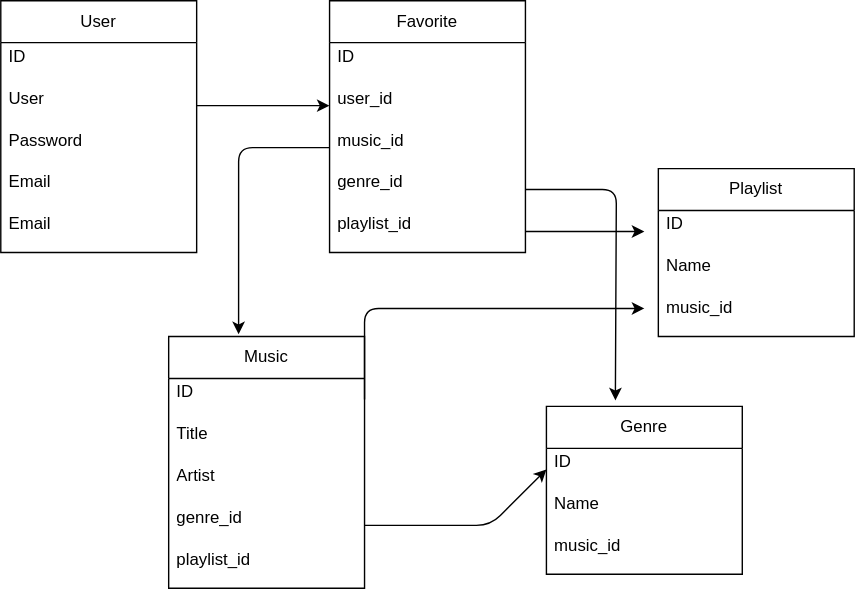
axb052a/p5-flatify keeps this draw.io diagram as .drawio.svg. Above is the earlier version. Source tidied: cells renumbered, new cells last; positions are measured from the earlier drawing's top-left corner, leaving out a move shared by most shapes. Source of this version:
```xml
<mxGraphModel>
  <root>
    <mxCell id="0" />
    <mxCell id="1" parent="0" />
    <mxCell id="2" style="edgeStyle=none;html=1;entryX=0;entryY=0.5;entryDx=0;entryDy=0;exitX=1;exitY=0.5;exitDx=0;exitDy=0;" parent="1" edge="1" source="5" target="25">
      <mxGeometry relative="1" as="geometry" />
    </mxCell>
    <mxCell id="3" value="User" style="swimlane;fontStyle=0;horizontal=1;startSize=30;whiteSpace=wrap;html=1;" parent="1" vertex="1">
      <mxGeometry width="140" height="180" as="geometry" />
    </mxCell>
    <mxCell id="4" value="ID&lt;span style=&quot;white-space: pre;&quot;&gt;&#9;&lt;/span&gt;&lt;span style=&quot;white-space: pre;&quot;&gt;&#9;&lt;/span&gt;&lt;span style=&quot;white-space: pre;&quot;&gt;&#9;&lt;/span&gt;Integer" style="text;strokeColor=none;fillColor=none;align=left;verticalAlign=middle;spacingLeft=4;spacingRight=4;overflow=hidden;whiteSpace=wrap;html=1;" parent="3" vertex="1">
      <mxGeometry y="30" width="140" height="30" as="geometry" />
    </mxCell>
    <mxCell id="5" value="User&lt;span style=&quot;white-space: pre;&quot;&gt;&#9;&lt;/span&gt;&lt;span style=&quot;white-space: pre;&quot;&gt;&#9;&lt;/span&gt;String" style="text;strokeColor=none;fillColor=none;align=left;verticalAlign=middle;spacingLeft=4;spacingRight=4;overflow=hidden;points=[[0,0.5],[1,0.5]];portConstraint=eastwest;whiteSpace=wrap;html=1;" parent="3" vertex="1">
      <mxGeometry y="60" width="140" height="30" as="geometry" />
    </mxCell>
    <mxCell id="6" value="Password&lt;span style=&quot;white-space: pre;&quot;&gt;&#9;&lt;/span&gt;String" style="text;strokeColor=none;fillColor=none;align=left;verticalAlign=middle;spacingLeft=4;spacingRight=4;overflow=hidden;whiteSpace=wrap;html=1;" parent="3" vertex="1">
      <mxGeometry y="90" width="140" height="30" as="geometry" />
    </mxCell>
    <mxCell id="7" value="Email&lt;span style=&quot;white-space: pre;&quot;&gt;&#9;&lt;span style=&quot;white-space: pre;&quot;&gt;&#9;&lt;/span&gt;S&lt;/span&gt;tring" style="text;strokeColor=none;fillColor=none;align=left;verticalAlign=middle;spacingLeft=4;spacingRight=4;overflow=hidden;whiteSpace=wrap;html=1;" parent="3" vertex="1">
      <mxGeometry y="120" width="140" height="30" as="geometry" />
    </mxCell>
    <mxCell id="8" value="Email&lt;span style=&quot;white-space: pre;&quot;&gt;&#9;&lt;span style=&quot;white-space: pre;&quot;&gt;&#9;&lt;/span&gt;S&lt;/span&gt;tring" style="text;strokeColor=none;fillColor=none;align=left;verticalAlign=middle;spacingLeft=4;spacingRight=4;overflow=hidden;whiteSpace=wrap;html=1;" parent="3" vertex="1">
      <mxGeometry y="150" width="140" height="30" as="geometry" />
    </mxCell>
    <mxCell id="9" value="Music" style="swimlane;fontStyle=0;horizontal=1;startSize=30;whiteSpace=wrap;html=1;" parent="1" vertex="1">
      <mxGeometry x="120" y="240" width="140" height="180" as="geometry" />
    </mxCell>
    <mxCell id="10" value="ID&lt;span style=&quot;white-space: pre;&quot;&gt;&#9;&lt;/span&gt;&lt;span style=&quot;white-space: pre;&quot;&gt;&#9;&lt;/span&gt;&lt;span style=&quot;white-space: pre;&quot;&gt;&#9;&lt;/span&gt;Integer" style="text;strokeColor=none;fillColor=none;align=left;verticalAlign=middle;spacingLeft=4;spacingRight=4;overflow=hidden;points=[[0,0.5],[1,0.5]];portConstraint=eastwest;whiteSpace=wrap;html=1;" parent="9" vertex="1">
      <mxGeometry y="30" width="140" height="30" as="geometry" />
    </mxCell>
    <mxCell id="11" value="Title&lt;span style=&quot;white-space: pre;&quot;&gt;&#9;&lt;/span&gt;&lt;span style=&quot;white-space: pre;&quot;&gt;&#9;&lt;/span&gt;&lt;span style=&quot;white-space: pre;&quot;&gt;&#9;&lt;/span&gt;String" style="text;strokeColor=none;fillColor=none;align=left;verticalAlign=middle;spacingLeft=4;spacingRight=4;overflow=hidden;whiteSpace=wrap;html=1;" parent="9" vertex="1">
      <mxGeometry y="60" width="140" height="30" as="geometry" />
    </mxCell>
    <mxCell id="12" value="Artist&lt;span style=&quot;white-space: pre;&quot;&gt;&#9;&lt;/span&gt;&lt;span style=&quot;white-space: pre;&quot;&gt;&#9;&lt;/span&gt;String" style="text;strokeColor=none;fillColor=none;align=left;verticalAlign=middle;spacingLeft=4;spacingRight=4;overflow=hidden;whiteSpace=wrap;html=1;" parent="9" vertex="1">
      <mxGeometry y="90" width="140" height="30" as="geometry" />
    </mxCell>
    <mxCell id="13" value="genre_id&lt;span style=&quot;white-space: pre;&quot;&gt;&#9;&lt;/span&gt;&lt;span style=&quot;white-space: pre;&quot;&gt;&#9;&lt;/span&gt;Integer" style="text;strokeColor=none;fillColor=none;align=left;verticalAlign=middle;spacingLeft=4;spacingRight=4;overflow=hidden;points=[[0,0.5],[1,0.5]];portConstraint=eastwest;whiteSpace=wrap;html=1;" parent="9" vertex="1">
      <mxGeometry y="120" width="140" height="30" as="geometry" />
    </mxCell>
    <mxCell id="14" value="playlist_id&lt;span style=&quot;white-space: pre;&quot;&gt;&#9;&lt;/span&gt;Integer" style="text;strokeColor=none;fillColor=none;align=left;verticalAlign=middle;spacingLeft=4;spacingRight=4;overflow=hidden;points=[[0,0.5],[1,0.5]];portConstraint=eastwest;whiteSpace=wrap;html=1;" parent="9" vertex="1">
      <mxGeometry y="150" width="140" height="30" as="geometry" />
    </mxCell>
    <mxCell id="15" value="Genre" style="swimlane;fontStyle=0;horizontal=1;startSize=30;whiteSpace=wrap;html=1;" parent="1" vertex="1">
      <mxGeometry x="390" y="290" width="140" height="120" as="geometry" />
    </mxCell>
    <mxCell id="16" value="ID&lt;span style=&quot;white-space: pre;&quot;&gt;&#9;&lt;/span&gt;&lt;span style=&quot;white-space: pre;&quot;&gt;&#9;&lt;/span&gt;&lt;span style=&quot;white-space: pre;&quot;&gt;&#9;&lt;/span&gt;Integer" style="text;strokeColor=none;fillColor=none;align=left;verticalAlign=middle;spacingLeft=4;spacingRight=4;overflow=hidden;points=[[0,0.5],[1,0.5]];portConstraint=eastwest;whiteSpace=wrap;html=1;" parent="15" vertex="1">
      <mxGeometry y="30" width="140" height="30" as="geometry" />
    </mxCell>
    <mxCell id="17" value="Name&lt;span style=&quot;white-space: pre;&quot;&gt;&#9;&lt;/span&gt;&lt;span style=&quot;white-space: pre;&quot;&gt;&#9;&lt;/span&gt;String" style="text;strokeColor=none;fillColor=none;align=left;verticalAlign=middle;spacingLeft=4;spacingRight=4;overflow=hidden;whiteSpace=wrap;html=1;" parent="15" vertex="1">
      <mxGeometry y="60" width="140" height="30" as="geometry" />
    </mxCell>
    <mxCell id="18" value="music_id&lt;span style=&quot;white-space: pre;&quot;&gt;&#9;&lt;/span&gt;&lt;span style=&quot;white-space: pre;&quot;&gt;&#9;&lt;/span&gt;Integer" style="text;strokeColor=none;fillColor=none;align=left;verticalAlign=middle;spacingLeft=4;spacingRight=4;overflow=hidden;points=[[0,0.5],[1,0.5]];portConstraint=eastwest;whiteSpace=wrap;html=1;" parent="15" vertex="1">
      <mxGeometry y="90" width="140" height="30" as="geometry" />
    </mxCell>
    <mxCell id="19" value="Playlist" style="swimlane;fontStyle=0;horizontal=1;startSize=30;whiteSpace=wrap;html=1;" parent="1" vertex="1">
      <mxGeometry x="470" y="120" width="140" height="120" as="geometry" />
    </mxCell>
    <mxCell id="20" value="ID&lt;span style=&quot;white-space: pre;&quot;&gt;&#9;&lt;/span&gt;&lt;span style=&quot;white-space: pre;&quot;&gt;&#9;&lt;/span&gt;&lt;span style=&quot;white-space: pre;&quot;&gt;&#9;&lt;/span&gt;Integer" style="text;strokeColor=none;fillColor=none;align=left;verticalAlign=middle;spacingLeft=4;spacingRight=4;overflow=hidden;points=[[0,0.5],[1,0.5]];portConstraint=eastwest;whiteSpace=wrap;html=1;" parent="19" vertex="1">
      <mxGeometry y="30" width="140" height="30" as="geometry" />
    </mxCell>
    <mxCell id="21" value="Name&lt;span style=&quot;white-space: pre;&quot;&gt;&#9;&lt;/span&gt;&lt;span style=&quot;white-space: pre;&quot;&gt;&#9;&lt;/span&gt;String" style="text;strokeColor=none;fillColor=none;align=left;verticalAlign=middle;spacingLeft=4;spacingRight=4;overflow=hidden;whiteSpace=wrap;html=1;" parent="19" vertex="1">
      <mxGeometry y="60" width="140" height="30" as="geometry" />
    </mxCell>
    <mxCell id="22" value="music_id&lt;span style=&quot;white-space: pre;&quot;&gt;&#9;&lt;/span&gt;&lt;span style=&quot;white-space: pre;&quot;&gt;&#9;&lt;/span&gt;Integer&lt;span style=&quot;white-space: pre;&quot;&gt;&lt;/span&gt;" style="text;strokeColor=none;fillColor=none;align=left;verticalAlign=middle;spacingLeft=4;spacingRight=4;overflow=hidden;points=[[0,0.5],[1,0.5]];portConstraint=eastwest;whiteSpace=wrap;html=1;" parent="19" vertex="1">
      <mxGeometry y="90" width="140" height="30" as="geometry" />
    </mxCell>
    <mxCell id="23" value="Favorite" style="swimlane;fontStyle=0;horizontal=1;startSize=30;whiteSpace=wrap;html=1;" parent="1" vertex="1">
      <mxGeometry x="235" width="140" height="180" as="geometry" />
    </mxCell>
    <mxCell id="24" value="ID&lt;span style=&quot;white-space: pre;&quot;&gt;&#9;&lt;/span&gt;&lt;span style=&quot;white-space: pre;&quot;&gt;&#9;&lt;/span&gt;&lt;span style=&quot;white-space: pre;&quot;&gt;&#9;&lt;/span&gt;Integer" style="text;strokeColor=none;fillColor=none;align=left;verticalAlign=middle;spacingLeft=4;spacingRight=4;overflow=hidden;whiteSpace=wrap;html=1;" parent="23" vertex="1">
      <mxGeometry y="30" width="140" height="30" as="geometry" />
    </mxCell>
    <mxCell id="25" value="user_id&lt;span style=&quot;white-space: pre;&quot;&gt;&#9;&lt;/span&gt;&lt;span style=&quot;white-space: pre;&quot;&gt;&#9;&lt;/span&gt;Integer" style="text;strokeColor=none;fillColor=none;align=left;verticalAlign=middle;spacingLeft=4;spacingRight=4;overflow=hidden;points=[[0,0.5],[1,0.5]];portConstraint=eastwest;whiteSpace=wrap;html=1;" parent="23" vertex="1">
      <mxGeometry y="60" width="140" height="30" as="geometry" />
    </mxCell>
    <mxCell id="26" value="music_id&lt;span style=&quot;&quot;&gt;&#9;&lt;span style=&quot;white-space: pre;&quot;&gt;&#9;&lt;/span&gt;&lt;span style=&quot;white-space: pre;&quot;&gt;&#9;&lt;/span&gt;&lt;/span&gt;Integer" style="text;strokeColor=none;fillColor=none;align=left;verticalAlign=middle;spacingLeft=4;spacingRight=4;overflow=hidden;points=[[0,0.5],[1,0.5]];portConstraint=eastwest;whiteSpace=wrap;html=1;" parent="23" vertex="1">
      <mxGeometry y="90" width="140" height="30" as="geometry" />
    </mxCell>
    <mxCell id="27" value="genre_id&lt;span style=&quot;&quot;&gt;&#9;&lt;span style=&quot;white-space: pre;&quot;&gt;&#9;&lt;/span&gt;&lt;span style=&quot;white-space: pre;&quot;&gt;&#9;&lt;/span&gt;&lt;/span&gt;Integer" style="text;strokeColor=none;fillColor=none;align=left;verticalAlign=middle;spacingLeft=4;spacingRight=4;overflow=hidden;points=[[0,0.5],[1,0.5]];portConstraint=eastwest;whiteSpace=wrap;html=1;" parent="23" vertex="1">
      <mxGeometry y="120" width="140" height="30" as="geometry" />
    </mxCell>
    <mxCell id="28" value="playlist_id&lt;span style=&quot;&quot;&gt;&#9;&lt;span style=&quot;white-space: pre;&quot;&gt;&#9;&lt;/span&gt;&lt;/span&gt;Integer" style="text;strokeColor=none;fillColor=none;align=left;verticalAlign=middle;spacingLeft=4;spacingRight=4;overflow=hidden;points=[[0,0.5],[1,0.5]];portConstraint=eastwest;whiteSpace=wrap;html=1;" parent="23" vertex="1">
      <mxGeometry y="150" width="140" height="30" as="geometry" />
    </mxCell>
    <mxCell id="29" style="edgeStyle=none;html=1;" parent="1" edge="1" source="28">
      <mxGeometry relative="1" as="geometry">
        <mxPoint x="460" y="165" as="targetPoint" />
      </mxGeometry>
    </mxCell>
    <mxCell id="30" style="endArrow=classic;html=1;exitX=1;exitY=0.5;exitDx=0;exitDy=0;" parent="1" edge="1" source="10">
      <mxGeometry relative="1" as="geometry">
        <mxPoint x="460" y="220" as="targetPoint" />
        <Array as="points">
          <mxPoint x="260" y="220" />
        </Array>
      </mxGeometry>
    </mxCell>
    <mxCell id="31" style="endArrow=classic;html=1;exitX=1;exitY=0.5;exitDx=0;exitDy=0;entryX=0;entryY=0.5;entryDx=0;entryDy=0;" parent="1" edge="1" source="13" target="16">
      <mxGeometry relative="1" as="geometry">
        <Array as="points">
          <mxPoint x="350" y="375" />
        </Array>
      </mxGeometry>
    </mxCell>
    <mxCell id="32" style="endArrow=classic;html=1;entryX=0.357;entryY=-0.009;entryDx=0;entryDy=0;exitX=0;exitY=0.5;exitDx=0;exitDy=0;entryPerimeter=0;" parent="1" edge="1" source="26" target="9">
      <mxGeometry relative="1" as="geometry">
        <Array as="points">
          <mxPoint x="170" y="105" />
        </Array>
      </mxGeometry>
    </mxCell>
    <mxCell id="33" style="edgeStyle=none;html=1;entryX=0.352;entryY=-0.036;entryDx=0;entryDy=0;entryPerimeter=0;" parent="1" edge="1" source="27" target="15">
      <mxGeometry relative="1" as="geometry">
        <Array as="points">
          <mxPoint x="440" y="135" />
        </Array>
      </mxGeometry>
    </mxCell>
  </root>
</mxGraphModel>
```
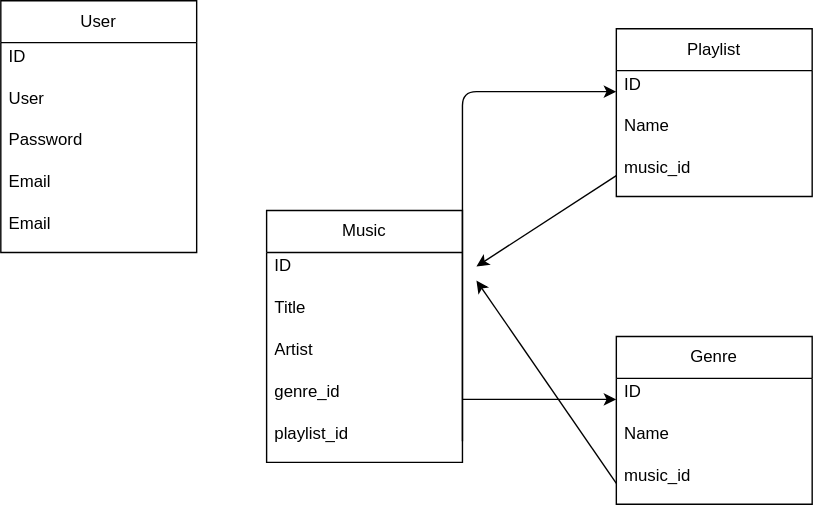
Later version of the same file.

The edit, as a diff of the source:
```diff
@@ -2,11 +2,8 @@
   <root>
     <mxCell id="0" />
     <mxCell id="1" parent="0" />
-    <mxCell id="2" style="edgeStyle=none;html=1;entryX=0;entryY=0.5;entryDx=0;entryDy=0;exitX=1;exitY=0.5;exitDx=0;exitDy=0;" parent="1" edge="1" source="5" target="25">
-      <mxGeometry relative="1" as="geometry" />
-    </mxCell>
     <mxCell id="3" value="User" style="swimlane;fontStyle=0;horizontal=1;startSize=30;whiteSpace=wrap;html=1;" parent="1" vertex="1">
-      <mxGeometry width="140" height="180" as="geometry" />
+      <mxGeometry x="-50" y="10" width="140" height="180" as="geometry" />
     </mxCell>
     <mxCell id="4" value="ID&lt;span style=&quot;white-space: pre;&quot;&gt;&#9;&lt;/span&gt;&lt;span style=&quot;white-space: pre;&quot;&gt;&#9;&lt;/span&gt;&lt;span style=&quot;white-space: pre;&quot;&gt;&#9;&lt;/span&gt;Integer" style="text;strokeColor=none;fillColor=none;align=left;verticalAlign=middle;spacingLeft=4;spacingRight=4;overflow=hidden;whiteSpace=wrap;html=1;" parent="3" vertex="1">
       <mxGeometry y="30" width="140" height="30" as="geometry" />
@@ -24,7 +21,7 @@
       <mxGeometry y="150" width="140" height="30" as="geometry" />
     </mxCell>
     <mxCell id="9" value="Music" style="swimlane;fontStyle=0;horizontal=1;startSize=30;whiteSpace=wrap;html=1;" parent="1" vertex="1">
-      <mxGeometry x="120" y="240" width="140" height="180" as="geometry" />
+      <mxGeometry x="140" y="160" width="140" height="180" as="geometry" />
     </mxCell>
     <mxCell id="10" value="ID&lt;span style=&quot;white-space: pre;&quot;&gt;&#9;&lt;/span&gt;&lt;span style=&quot;white-space: pre;&quot;&gt;&#9;&lt;/span&gt;&lt;span style=&quot;white-space: pre;&quot;&gt;&#9;&lt;/span&gt;Integer" style="text;strokeColor=none;fillColor=none;align=left;verticalAlign=middle;spacingLeft=4;spacingRight=4;overflow=hidden;points=[[0,0.5],[1,0.5]];portConstraint=eastwest;whiteSpace=wrap;html=1;" parent="9" vertex="1">
       <mxGeometry y="30" width="140" height="30" as="geometry" />
@@ -42,7 +39,7 @@
       <mxGeometry y="150" width="140" height="30" as="geometry" />
     </mxCell>
     <mxCell id="15" value="Genre" style="swimlane;fontStyle=0;horizontal=1;startSize=30;whiteSpace=wrap;html=1;" parent="1" vertex="1">
-      <mxGeometry x="390" y="290" width="140" height="120" as="geometry" />
+      <mxGeometry x="390" y="250" width="140" height="120" as="geometry" />
     </mxCell>
     <mxCell id="16" value="ID&lt;span style=&quot;white-space: pre;&quot;&gt;&#9;&lt;/span&gt;&lt;span style=&quot;white-space: pre;&quot;&gt;&#9;&lt;/span&gt;&lt;span style=&quot;white-space: pre;&quot;&gt;&#9;&lt;/span&gt;Integer" style="text;strokeColor=none;fillColor=none;align=left;verticalAlign=middle;spacingLeft=4;spacingRight=4;overflow=hidden;points=[[0,0.5],[1,0.5]];portConstraint=eastwest;whiteSpace=wrap;html=1;" parent="15" vertex="1">
       <mxGeometry y="30" width="140" height="30" as="geometry" />
@@ -54,7 +51,7 @@
       <mxGeometry y="90" width="140" height="30" as="geometry" />
     </mxCell>
     <mxCell id="19" value="Playlist" style="swimlane;fontStyle=0;horizontal=1;startSize=30;whiteSpace=wrap;html=1;" parent="1" vertex="1">
-      <mxGeometry x="470" y="120" width="140" height="120" as="geometry" />
+      <mxGeometry x="390" y="30" width="140" height="120" as="geometry" />
     </mxCell>
     <mxCell id="20" value="ID&lt;span style=&quot;white-space: pre;&quot;&gt;&#9;&lt;/span&gt;&lt;span style=&quot;white-space: pre;&quot;&gt;&#9;&lt;/span&gt;&lt;span style=&quot;white-space: pre;&quot;&gt;&#9;&lt;/span&gt;Integer" style="text;strokeColor=none;fillColor=none;align=left;verticalAlign=middle;spacingLeft=4;spacingRight=4;overflow=hidden;points=[[0,0.5],[1,0.5]];portConstraint=eastwest;whiteSpace=wrap;html=1;" parent="19" vertex="1">
       <mxGeometry y="30" width="140" height="30" as="geometry" />
@@ -65,57 +62,25 @@
     <mxCell id="22" value="music_id&lt;span style=&quot;white-space: pre;&quot;&gt;&#9;&lt;/span&gt;&lt;span style=&quot;white-space: pre;&quot;&gt;&#9;&lt;/span&gt;Integer&lt;span style=&quot;white-space: pre;&quot;&gt;&lt;/span&gt;" style="text;strokeColor=none;fillColor=none;align=left;verticalAlign=middle;spacingLeft=4;spacingRight=4;overflow=hidden;points=[[0,0.5],[1,0.5]];portConstraint=eastwest;whiteSpace=wrap;html=1;" parent="19" vertex="1">
       <mxGeometry y="90" width="140" height="30" as="geometry" />
     </mxCell>
-    <mxCell id="23" value="Favorite" style="swimlane;fontStyle=0;horizontal=1;startSize=30;whiteSpace=wrap;html=1;" parent="1" vertex="1">
-      <mxGeometry x="235" width="140" height="180" as="geometry" />
-    </mxCell>
-    <mxCell id="24" value="ID&lt;span style=&quot;white-space: pre;&quot;&gt;&#9;&lt;/span&gt;&lt;span style=&quot;white-space: pre;&quot;&gt;&#9;&lt;/span&gt;&lt;span style=&quot;white-space: pre;&quot;&gt;&#9;&lt;/span&gt;Integer" style="text;strokeColor=none;fillColor=none;align=left;verticalAlign=middle;spacingLeft=4;spacingRight=4;overflow=hidden;whiteSpace=wrap;html=1;" parent="23" vertex="1">
-      <mxGeometry y="30" width="140" height="30" as="geometry" />
-    </mxCell>
-    <mxCell id="25" value="user_id&lt;span style=&quot;white-space: pre;&quot;&gt;&#9;&lt;/span&gt;&lt;span style=&quot;white-space: pre;&quot;&gt;&#9;&lt;/span&gt;Integer" style="text;strokeColor=none;fillColor=none;align=left;verticalAlign=middle;spacingLeft=4;spacingRight=4;overflow=hidden;points=[[0,0.5],[1,0.5]];portConstraint=eastwest;whiteSpace=wrap;html=1;" parent="23" vertex="1">
-      <mxGeometry y="60" width="140" height="30" as="geometry" />
-    </mxCell>
-    <mxCell id="26" value="music_id&lt;span style=&quot;&quot;&gt;&#9;&lt;span style=&quot;white-space: pre;&quot;&gt;&#9;&lt;/span&gt;&lt;span style=&quot;white-space: pre;&quot;&gt;&#9;&lt;/span&gt;&lt;/span&gt;Integer" style="text;strokeColor=none;fillColor=none;align=left;verticalAlign=middle;spacingLeft=4;spacingRight=4;overflow=hidden;points=[[0,0.5],[1,0.5]];portConstraint=eastwest;whiteSpace=wrap;html=1;" parent="23" vertex="1">
-      <mxGeometry y="90" width="140" height="30" as="geometry" />
-    </mxCell>
-    <mxCell id="27" value="genre_id&lt;span style=&quot;&quot;&gt;&#9;&lt;span style=&quot;white-space: pre;&quot;&gt;&#9;&lt;/span&gt;&lt;span style=&quot;white-space: pre;&quot;&gt;&#9;&lt;/span&gt;&lt;/span&gt;Integer" style="text;strokeColor=none;fillColor=none;align=left;verticalAlign=middle;spacingLeft=4;spacingRight=4;overflow=hidden;points=[[0,0.5],[1,0.5]];portConstraint=eastwest;whiteSpace=wrap;html=1;" parent="23" vertex="1">
-      <mxGeometry y="120" width="140" height="30" as="geometry" />
-    </mxCell>
-    <mxCell id="28" value="playlist_id&lt;span style=&quot;&quot;&gt;&#9;&lt;span style=&quot;white-space: pre;&quot;&gt;&#9;&lt;/span&gt;&lt;/span&gt;Integer" style="text;strokeColor=none;fillColor=none;align=left;verticalAlign=middle;spacingLeft=4;spacingRight=4;overflow=hidden;points=[[0,0.5],[1,0.5]];portConstraint=eastwest;whiteSpace=wrap;html=1;" parent="23" vertex="1">
-      <mxGeometry y="150" width="140" height="30" as="geometry" />
-    </mxCell>
-    <mxCell id="29" style="edgeStyle=none;html=1;" parent="1" edge="1" source="28">
-      <mxGeometry relative="1" as="geometry">
-        <mxPoint x="460" y="165" as="targetPoint" />
-      </mxGeometry>
-    </mxCell>
-    <mxCell id="30" style="endArrow=classic;html=1;exitX=1;exitY=0.5;exitDx=0;exitDy=0;" parent="1" edge="1" source="10">
-      <mxGeometry relative="1" as="geometry">
-        <mxPoint x="460" y="220" as="targetPoint" />
-        <Array as="points">
-          <mxPoint x="260" y="220" />
-        </Array>
-      </mxGeometry>
-    </mxCell>
+    <mxCell id="34" style="endArrow=classic;html=1;entryX=0;entryY=0.5;entryDx=0;entryDy=0;exitX=1;exitY=0.5;exitDx=0;exitDy=0;" parent="1" edge="1" source="14" target="20">
+      <mxGeometry relative="1" as="geometry">
+        <Array as="points">
+          <mxPoint x="280" y="75" />
+        </Array>
+      </mxGeometry>
+    </mxCell>
-    <mxCell id="31" style="endArrow=classic;html=1;exitX=1;exitY=0.5;exitDx=0;exitDy=0;entryX=0;entryY=0.5;entryDx=0;entryDy=0;" parent="1" edge="1" source="13" target="16">
-      <mxGeometry relative="1" as="geometry">
-        <Array as="points">
-          <mxPoint x="350" y="375" />
-        </Array>
-      </mxGeometry>
+    <mxCell id="31" style="endArrow=classic;html=1;" parent="1" edge="1" source="13" target="16">
+      <mxGeometry relative="1" as="geometry" />
     </mxCell>
-    <mxCell id="32" style="endArrow=classic;html=1;entryX=0.357;entryY=-0.009;entryDx=0;entryDy=0;exitX=0;exitY=0.5;exitDx=0;exitDy=0;entryPerimeter=0;" parent="1" edge="1" source="26" target="9">
-      <mxGeometry relative="1" as="geometry">
-        <Array as="points">
-          <mxPoint x="170" y="105" />
-        </Array>
-      </mxGeometry>
-    </mxCell>
-    <mxCell id="33" style="edgeStyle=none;html=1;entryX=0.352;entryY=-0.036;entryDx=0;entryDy=0;entryPerimeter=0;" parent="1" edge="1" source="27" target="15">
-      <mxGeometry relative="1" as="geometry">
-        <Array as="points">
-          <mxPoint x="440" y="135" />
-        </Array>
-      </mxGeometry>
-    </mxCell>
+    <mxCell id="35" style="endArrow=classic;html=1;exitX=0;exitY=0.5;exitDx=0;exitDy=0;" parent="1" edge="1" source="22">
+      <mxGeometry relative="1" as="geometry">
+        <mxPoint x="290" y="200" as="targetPoint" />
+      </mxGeometry>
+    </mxCell>
+    <mxCell id="36" style="endArrow=classic;html=1;exitX=0;exitY=0.5;exitDx=0;exitDy=0;" parent="1" edge="1" source="18">
+      <mxGeometry relative="1" as="geometry">
+        <mxPoint x="290" y="210" as="targetPoint" />
+      </mxGeometry>
+    </mxCell>
   </root>
 </mxGraphModel>
```
